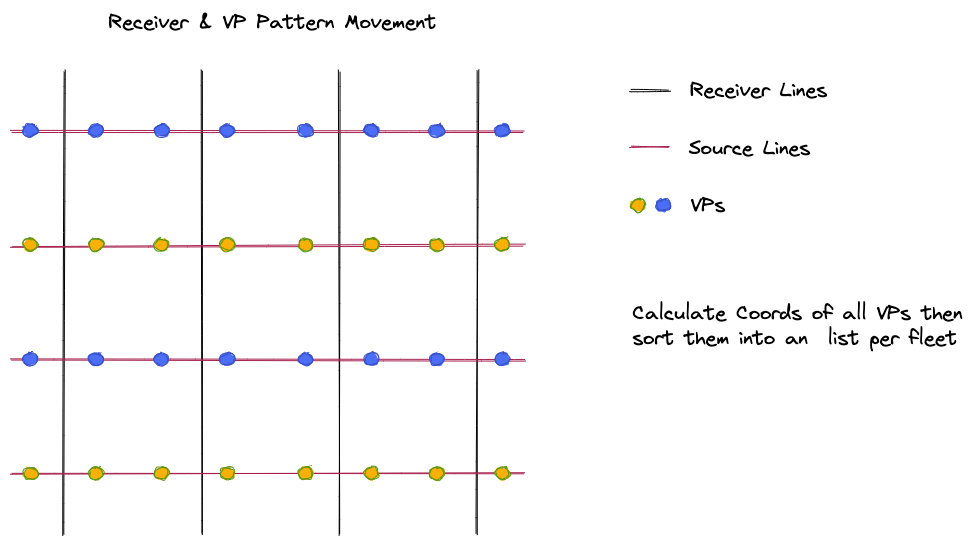
Above: backend/eSeismic VP Pattern.excalidraw.png in 11646729/golf-2 (Excalidraw), before the change. Source tidied: one line per element, renumbered; positions are measured from the earlier drawing's top-left corner, leaving out a move shared by most shapes.
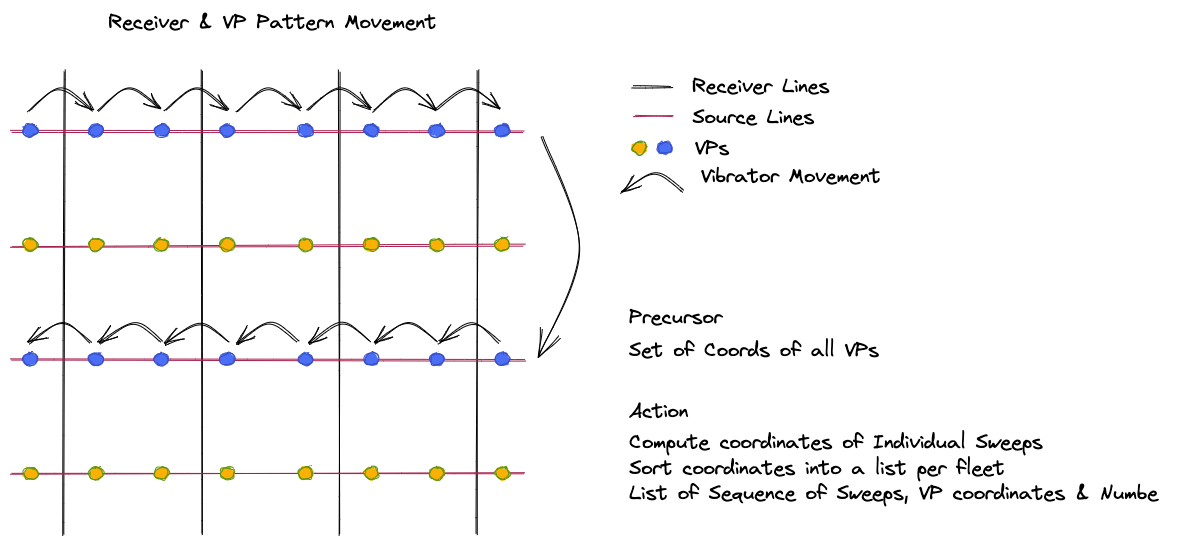
After the change.

What changed in the source:
```diff
@@ -2,15 +2,15 @@
 {"id": 1, "type": "line", "strokeColor": "#000000", "strokeWidth": 1, "roughness": 1, "round": true, "x": 191, "y": 61, "width": 1, "height": 464, "points": [[0, 0], [-1, 464]]}
 {"id": 2, "type": "line", "strokeColor": "#000000", "strokeWidth": 1, "roughness": 1, "round": true, "x": 329, "y": 60, "width": 1, "height": 464, "points": [[0, 0], [-1, 464]]}
 {"id": 3, "type": "line", "strokeColor": "#000000", "strokeWidth": 1, "roughness": 1, "round": true, "x": 468, "y": 61, "width": 1, "height": 464, "points": [[0, 0], [-1, 464]]}
-{"id": 4, "type": "line", "strokeColor": "#000000", "strokeWidth": 1, "roughness": 1, "round": true, "x": 620, "y": 80, "width": 38, "height": 1, "points": [[0, 0], [38, 1]]}
+{"id": 4, "type": "line", "strokeColor": "#000000", "strokeWidth": 1, "roughness": 1, "round": true, "x": 623, "y": 77, "width": 38, "height": 1, "points": [[0, 0], [38, 1]]}
-{"id": 5, "type": "text", "text": "Receiver Lines", "strokeColor": "#000000", "strokeWidth": 1, "roughness": 1, "fontSize": 20, "fontFamily": 1, "x": 679, "y": 68, "width": 138, "height": 25}
+{"id": 5, "type": "text", "text": "Receiver Lines", "strokeColor": "#000000", "strokeWidth": 1, "roughness": 1, "fontSize": 20, "fontFamily": 1, "x": 682, "y": 64, "width": 139, "height": 25}
-{"id": 6, "type": "text", "text": "Receiver & VP Pattern Movement", "strokeColor": "#000000", "strokeWidth": 1, "roughness": 1, "fontSize": 20, "fontFamily": 1, "x": 98, "y": 0, "width": 329, "height": 25}
+{"id": 6, "type": "text", "text": "Receiver & VP Pattern Movement", "strokeColor": "#000000", "strokeWidth": 1, "roughness": 1, "fontSize": 20, "fontFamily": 1, "x": 98, "y": 0, "width": 330, "height": 25}
 {"id": 7, "type": "line", "strokeColor": "#a61e4d", "strokeWidth": 1, "roughness": 1, "round": true, "x": 0, "y": 121, "width": 513, "height": 0, "points": [[0, 0], [513, 0]]}
 {"id": 8, "type": "line", "strokeColor": "#a61e4d", "strokeWidth": 1, "roughness": 1, "round": true, "x": 0, "y": 236, "width": 513, "height": 0, "points": [[0, 0], [513, 0]]}
 {"id": 9, "type": "line", "strokeColor": "#a61e4d", "strokeWidth": 1, "roughness": 1, "round": true, "x": 1, "y": 350, "width": 513, "height": 0, "points": [[0, 0], [513, 0]]}
 {"id": 10, "type": "line", "strokeColor": "#a61e4d", "strokeWidth": 1, "roughness": 1, "round": true, "x": 0, "y": 464, "width": 513, "height": 0, "points": [[0, 0], [513, 0]]}
-{"id": 11, "type": "line", "strokeColor": "#a61e4d", "strokeWidth": 1, "roughness": 1, "round": true, "x": 619, "y": 138, "width": 40, "height": 0, "points": [[0, 0], [40, 0]]}
+{"id": 11, "type": "line", "strokeColor": "#a61e4d", "strokeWidth": 1, "roughness": 1, "round": true, "x": 623, "y": 107, "width": 40, "height": 0, "points": [[0, 0], [40, 0]]}
-{"id": 12, "type": "text", "text": "Source Lines", "strokeColor": "#000000", "strokeWidth": 1, "roughness": 1, "fontSize": 20, "fontFamily": 1, "x": 678, "y": 126, "width": 123, "height": 25}
+{"id": 12, "type": "text", "text": "Source Lines", "strokeColor": "#000000", "strokeWidth": 1, "roughness": 1, "fontSize": 20, "fontFamily": 1, "x": 682, "y": 95, "width": 124, "height": 25}
 {"id": 13, "type": "ellipse", "strokeColor": "#364fc7", "backgroundColor": "#4c6ef5", "fillStyle": "solid", "strokeWidth": 1, "roughness": 1, "round": true, "x": 13, "y": 114, "width": 14, "height": 12}
 {"id": 14, "type": "ellipse", "strokeColor": "#364fc7", "backgroundColor": "#4c6ef5", "fillStyle": "solid", "strokeWidth": 1, "roughness": 1, "round": true, "x": 78, "y": 114, "width": 14, "height": 12}
 {"id": 15, "type": "ellipse", "strokeColor": "#364fc7", "backgroundColor": "#4c6ef5", "fillStyle": "solid", "strokeWidth": 1, "roughness": 1, "round": true, "x": 144, "y": 114, "width": 14, "height": 12}
@@ -43,7 +43,27 @@
 {"id": 42, "type": "ellipse", "strokeColor": "#5c940d", "backgroundColor": "#fab005", "fillStyle": "solid", "strokeWidth": 1, "roughness": 1, "round": true, "x": 353, "y": 457, "width": 14, "height": 12}
 {"id": 43, "type": "ellipse", "strokeColor": "#5c940d", "backgroundColor": "#fab005", "fillStyle": "solid", "strokeWidth": 1, "roughness": 1, "round": true, "x": 419, "y": 457, "width": 14, "height": 12}
 {"id": 44, "type": "ellipse", "strokeColor": "#5c940d", "backgroundColor": "#fab005", "fillStyle": "solid", "strokeWidth": 1, "roughness": 1, "round": true, "x": 485, "y": 457, "width": 14, "height": 12}
-{"id": 45, "type": "ellipse", "strokeColor": "#364fc7", "backgroundColor": "#4c6ef5", "fillStyle": "solid", "strokeWidth": 1, "roughness": 1, "round": true, "x": 645, "y": 189, "width": 14, "height": 12}
+{"id": 45, "type": "ellipse", "strokeColor": "#364fc7", "backgroundColor": "#4c6ef5", "fillStyle": "solid", "strokeWidth": 1, "roughness": 1, "round": true, "x": 647, "y": 132, "width": 14, "height": 12}
-{"id": 46, "type": "ellipse", "strokeColor": "#5c940d", "backgroundColor": "#fab005", "fillStyle": "solid", "strokeWidth": 1, "roughness": 1, "round": true, "x": 621, "y": 189, "width": 14, "height": 12}
+{"id": 46, "type": "ellipse", "strokeColor": "#5c940d", "backgroundColor": "#fab005", "fillStyle": "solid", "strokeWidth": 1, "roughness": 1, "round": true, "x": 622, "y": 132, "width": 14, "height": 12}
-{"id": 47, "type": "text", "text": "VPs", "strokeColor": "#000000", "backgroundColor": "#fab005", "fillStyle": "hachure", "strokeWidth": 1, "roughness": 1, "fontSize": 20, "fontFamily": 1, "x": 680, "y": 183, "width": 35, "height": 25}
+{"id": 47, "type": "text", "text": "VPs", "strokeColor": "#000000", "backgroundColor": "#fab005", "fillStyle": "hachure", "strokeWidth": 1, "roughness": 1, "fontSize": 20, "fontFamily": 1, "x": 684, "y": 126, "width": 36, "height": 25}
-{"id": 48, "type": "text", "text": "Calculate Coords of all VPs then\nsort them into an  list per fleet", "strokeColor": "#000000", "backgroundColor": "#fab005", "fillStyle": "hachure", "strokeWidth": 1, "roughness": 1, "fontSize": 20, "fontFamily": 1, "x": 622, "y": 291, "width": 330, "height": 50}
+{"id": 49, "type": "text", "text": "Precursor", "strokeColor": "#000000", "strokeWidth": 1, "roughness": 1, "fontSize": 20, "fontFamily": 1, "x": 618, "y": 295, "width": 95, "height": 25}
+{"id": 50, "type": "text", "text": "Set of Coords of all VPs", "strokeColor": "#000000", "backgroundColor": "#fab005", "fillStyle": "hachure", "strokeWidth": 1, "roughness": 1, "fontSize": 20, "fontFamily": 1, "x": 618, "y": 328, "width": 252, "height": 25}
+{"id": 51, "type": "text", "text": "Action", "strokeColor": "#000000", "strokeWidth": 1, "roughness": 1, "fontSize": 20, "fontFamily": 1, "x": 618, "y": 389, "width": 61, "height": 25}
+{"id": 52, "type": "text", "text": "Compute coordinates of Individual Sweeps\nSort coordinates into a list per fleet\nList of Sequence of Sweeps, VP coordinates & Numbe ", "strokeColor": "#000000", "strokeWidth": 1, "roughness": 1, "fontSize": 20.08, "fontFamily": 1, "x": 619, "y": 420, "width": 541, "height": 77}
+{"id": 53, "type": "arrow", "strokeColor": "#000000", "strokeWidth": 1, "roughness": 1, "endArrowhead": "arrow", "round": true, "from": 19, "to": 20, "x": 426, "y": 100, "width": 64, "height": 22, "points": [[0, 0], [32, -22], [64, -1]]}
+{"id": 54, "type": "arrow", "strokeColor": "#000000", "strokeWidth": 1, "roughness": 1, "endArrowhead": "arrow", "round": true, "from": 18, "to": 19, "x": 363, "y": 101, "width": 64, "height": 22, "points": [[0, 0], [32, -22], [64, -1]]}
+{"id": 55, "type": "arrow", "strokeColor": "#000000", "strokeWidth": 1, "roughness": 1, "endArrowhead": "arrow", "round": true, "from": 17, "to": 18, "x": 297, "y": 100, "width": 64, "height": 22, "points": [[0, 0], [32, -22], [64, -1]]}
+{"id": 56, "type": "arrow", "strokeColor": "#000000", "strokeWidth": 1, "roughness": 1, "endArrowhead": "arrow", "round": true, "from": 16, "to": 17, "x": 225, "y": 101, "width": 64, "height": 22, "points": [[0, 0], [32, -22], [64, -1]]}
+{"id": 57, "type": "arrow", "strokeColor": "#000000", "strokeWidth": 1, "roughness": 1, "endArrowhead": "arrow", "round": true, "from": 15, "to": 16, "x": 154, "y": 100, "width": 64, "height": 22, "points": [[0, 0], [32, -22], [64, -1]]}
+{"id": 58, "type": "arrow", "strokeColor": "#000000", "strokeWidth": 1, "roughness": 1, "endArrowhead": "arrow", "round": true, "from": 14, "to": 15, "x": 87, "y": 101, "width": 64, "height": 22, "points": [[0, 0], [32, -22], [64, -1]]}
+{"id": 59, "type": "arrow", "strokeColor": "#000000", "strokeWidth": 1, "roughness": 1, "endArrowhead": "arrow", "round": true, "from": 13, "to": 14, "x": 17, "y": 101, "width": 64, "height": 22, "points": [[0, 0], [32, -22], [64, -1]]}
+{"id": 60, "type": "arrow", "strokeColor": "#000000", "strokeWidth": 1, "roughness": 1, "endArrowhead": "arrow", "round": true, "from": 28, "to": 27, "x": 490, "y": 332, "width": 62, "height": 20, "points": [[0, 0], [-28, -18], [-62, 2]]}
+{"id": 61, "type": "arrow", "strokeColor": "#000000", "strokeWidth": 1, "roughness": 1, "endArrowhead": "arrow", "round": true, "from": 27, "to": 26, "x": 426, "y": 332, "width": 62, "height": 20, "points": [[0, 0], [-28, -18], [-62, 2]]}
+{"id": 62, "type": "arrow", "strokeColor": "#000000", "strokeWidth": 1, "roughness": 1, "endArrowhead": "arrow", "round": true, "from": 26, "to": 25, "x": 360, "y": 332, "width": 62, "height": 20, "points": [[0, 0], [-28, -18], [-62, 2]]}
+{"id": 63, "type": "arrow", "strokeColor": "#000000", "strokeWidth": 1, "roughness": 1, "endArrowhead": "arrow", "round": true, "from": 25, "to": 24, "x": 287, "y": 332, "width": 62, "height": 20, "points": [[0, 0], [-28, -18], [-62, 2]]}
+{"id": 64, "type": "arrow", "strokeColor": "#000000", "strokeWidth": 1, "roughness": 1, "endArrowhead": "arrow", "round": true, "from": 24, "to": 23, "x": 218, "y": 331, "width": 62, "height": 20, "points": [[0, 0], [-28, -18], [-62, 2]]}
+{"id": 65, "type": "arrow", "strokeColor": "#000000", "strokeWidth": 1, "roughness": 1, "endArrowhead": "arrow", "round": true, "from": 23, "to": 22, "x": 151, "y": 332, "width": 62, "height": 20, "points": [[0, 0], [-28, -18], [-62, 2]]}
+{"id": 66, "type": "arrow", "strokeColor": "#000000", "strokeWidth": 1, "roughness": 1, "endArrowhead": "arrow", "round": true, "from": 22, "to": 21, "x": 79, "y": 332, "width": 62, "height": 20, "points": [[0, 0], [-28, -18], [-62, 2]]}
+{"id": 67, "type": "arrow", "strokeColor": "#000000", "strokeWidth": 1, "roughness": 1, "endArrowhead": "arrow", "round": true, "x": 672, "y": 181, "width": 62, "height": 20, "points": [[0, 0], [-28, -18], [-62, 2]]}
+{"id": 68, "type": "text", "text": "Vibrator Movement", "strokeColor": "#000000", "strokeWidth": 1, "roughness": 1, "fontSize": 20, "fontFamily": 1, "x": 690, "y": 154, "width": 182, "height": 25}
+{"id": 69, "type": "arrow", "strokeColor": "#000000", "strokeWidth": 1, "roughness": 1, "endArrowhead": "arrow", "round": true, "x": 531, "y": 126, "width": 41, "height": 221, "points": [[0, 0], [37, 113], [-5, 221]]}
```
